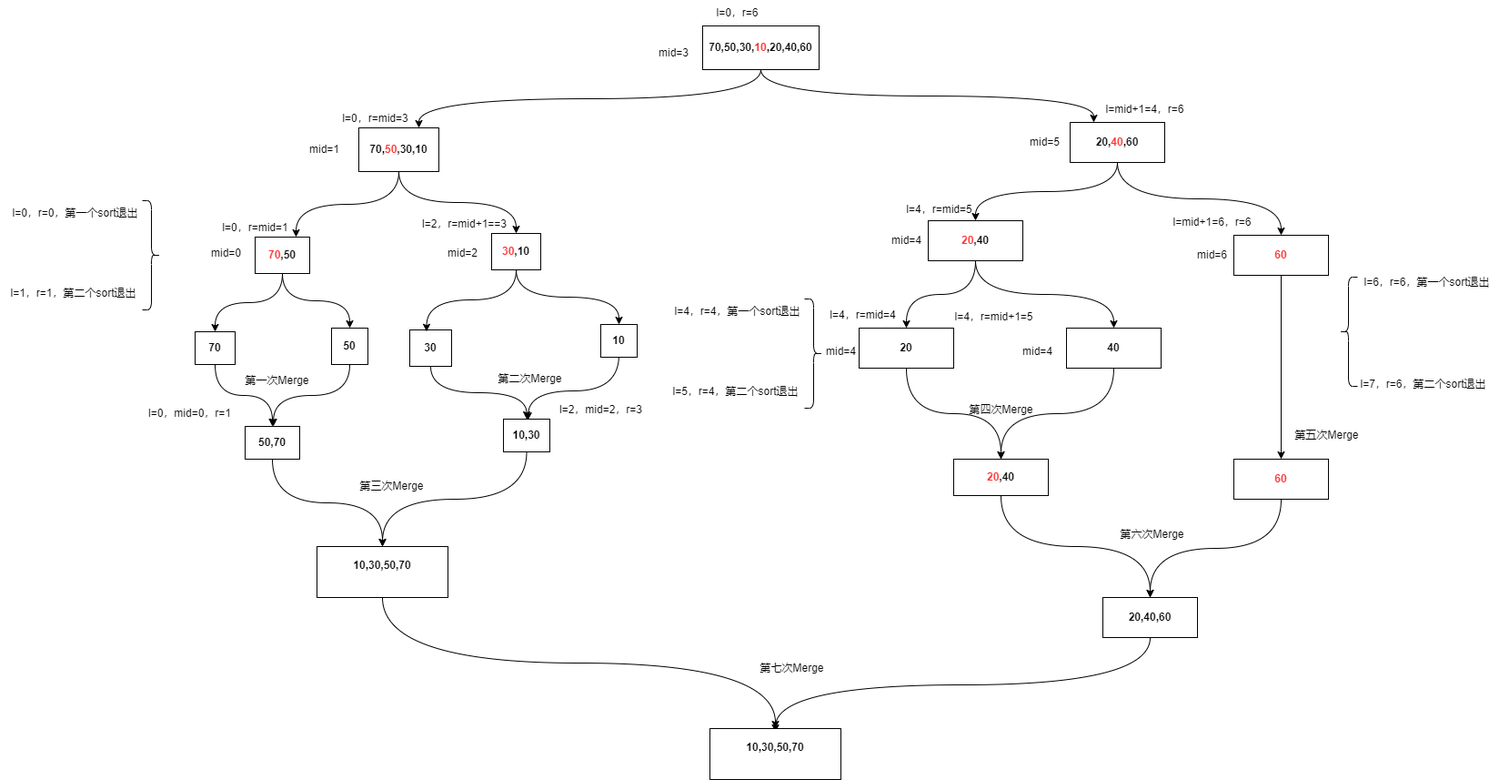
The draw.io diagram AlgorithmsAndDataStructures/归并算法.drawio.png in wjb0823/drawio, before a commit. Source tidied: cells renumbered, new cells last; positions are measured from the earlier drawing's top-left corner, leaving out a move shared by most shapes.
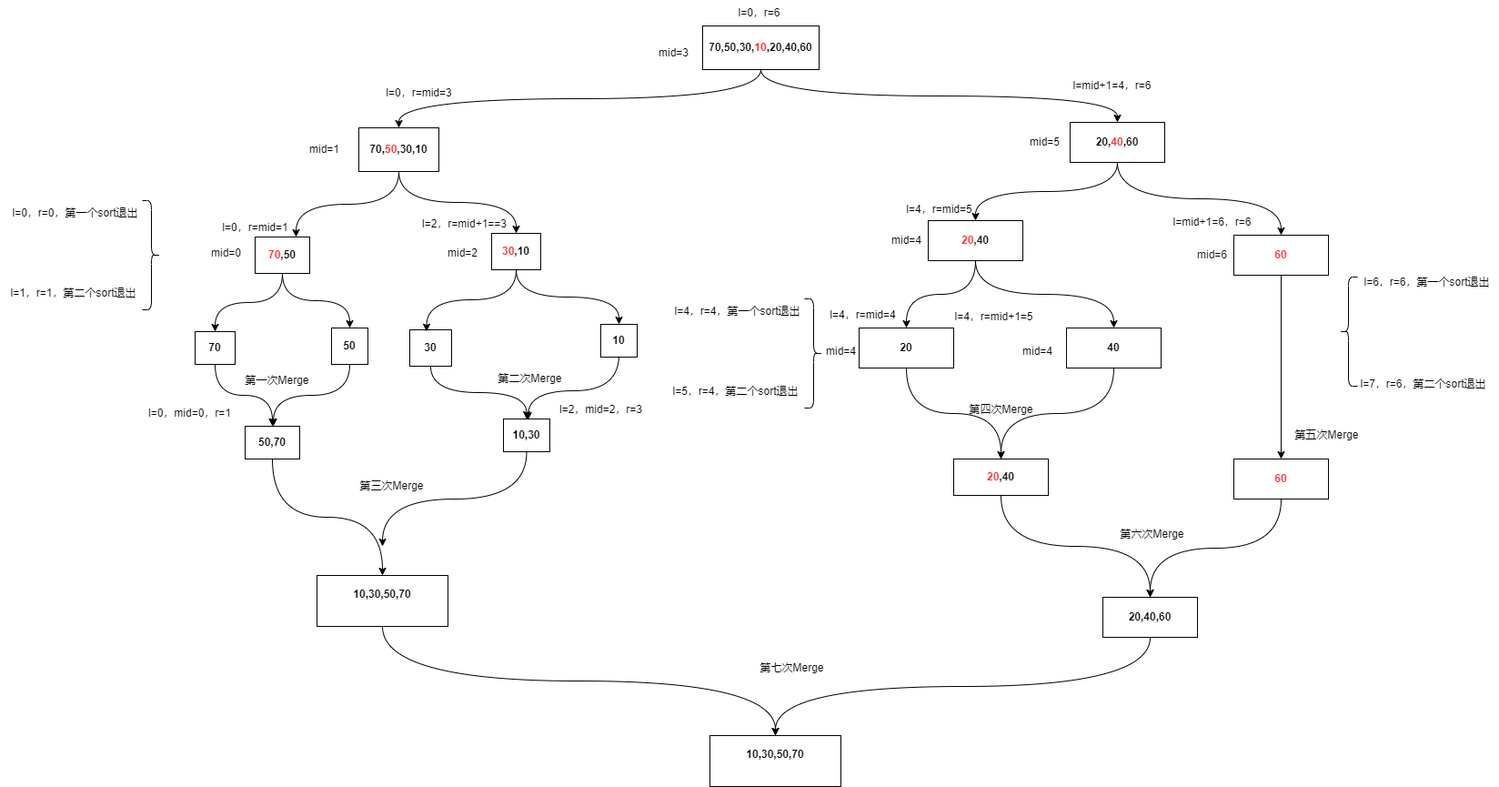
After the change.

Commit message:
更新归并算法.drawio.png

Diff of the diagram source:
```diff
@@ -2,10 +2,10 @@
   <root>
     <mxCell id="0" />
     <mxCell id="1" parent="0" />
-    <mxCell id="2" style="edgeStyle=orthogonalEdgeStyle;rounded=0;jettySize=auto;html=1;exitX=0.5;exitY=1;exitDx=0;exitDy=0;entryX=0.75;entryY=0;entryDx=0;entryDy=0;curved=1;" parent="1" edge="1" source="4" target="9">
+    <mxCell id="2" style="edgeStyle=orthogonalEdgeStyle;rounded=0;jettySize=auto;html=1;exitX=0.5;exitY=1;exitDx=0;exitDy=0;entryX=0.5;entryY=0;entryDx=0;entryDy=0;curved=1;" parent="1" edge="1" source="4" target="9">
       <mxGeometry relative="1" as="geometry" />
     </mxCell>
-    <mxCell id="3" style="edgeStyle=orthogonalEdgeStyle;rounded=0;jettySize=auto;html=1;exitX=0.5;exitY=1;exitDx=0;exitDy=0;curved=1;entryX=0.25;entryY=0;entryDx=0;entryDy=0;" parent="1" edge="1" source="4" target="6">
+    <mxCell id="3" style="edgeStyle=orthogonalEdgeStyle;rounded=0;jettySize=auto;html=1;exitX=0.5;exitY=1;exitDx=0;exitDy=0;curved=1;entryX=0.5;entryY=0;entryDx=0;entryDy=0;" parent="1" edge="1" source="4" target="6">
       <mxGeometry relative="1" as="geometry" />
     </mxCell>
     <mxCell id="4" value="&lt;b&gt;70,50,30,&lt;font color=&quot;#ff3333&quot;&gt;10&lt;/font&gt;,20,40,60&lt;/b&gt;" style="rounded=0;whiteSpace=wrap;html=1;" parent="1" vertex="1">
@@ -36,13 +36,13 @@
       <mxGeometry x="280" y="260" width="60" height="40" as="geometry" />
     </mxCell>
     <mxCell id="13" value="l=0，r=6" style="text;html=1;align=center;verticalAlign=middle;strokeColor=none;fillColor=none;" parent="1" vertex="1">
-      <mxGeometry x="776" width="68" height="28" as="geometry" />
+      <mxGeometry x="800" width="68" height="28" as="geometry" />
     </mxCell>
     <mxCell id="14" value="mid=3" style="text;html=1;align=center;verticalAlign=middle;strokeColor=none;fillColor=none;" parent="1" vertex="1">
       <mxGeometry x="712" y="44" width="56" height="28" as="geometry" />
     </mxCell>
     <mxCell id="15" value="l=0，r=mid=3" style="text;html=1;align=center;verticalAlign=middle;strokeColor=none;fillColor=none;" parent="1" vertex="1">
-      <mxGeometry x="364" y="116" width="96" height="28" as="geometry" />
+      <mxGeometry x="412" y="88" width="96" height="28" as="geometry" />
     </mxCell>
     <mxCell id="16" value="mid=1" style="text;html=1;align=center;verticalAlign=middle;strokeColor=none;fillColor=none;" parent="1" vertex="1">
       <mxGeometry x="328" y="150" width="56" height="28" as="geometry" />
@@ -131,7 +131,7 @@
       <mxGeometry relative="1" as="geometry" />
     </mxCell>
     <mxCell id="41" value="&lt;b style=&quot;&quot;&gt;10,30,50,70&lt;br&gt;&lt;/b&gt;&lt;b style=&quot;&quot;&gt;&lt;br&gt;&lt;/b&gt;" style="rounded=0;whiteSpace=wrap;html=1;" parent="1" vertex="1">
-      <mxGeometry x="348" y="600" width="144" height="56" as="geometry" />
+      <mxGeometry x="348" y="632" width="144" height="56" as="geometry" />
     </mxCell>
     <mxCell id="42" value="第三次Merge" style="text;html=1;align=center;verticalAlign=middle;strokeColor=none;fillColor=none;" parent="1" vertex="1">
       <mxGeometry x="384" y="520" width="92" height="28" as="geometry" />
@@ -143,7 +143,7 @@
       <mxGeometry x="1472" y="304" width="20" height="120" as="geometry" />
     </mxCell>
     <mxCell id="45" value="l=mid+1=4，r=6" style="text;html=1;align=center;verticalAlign=middle;strokeColor=none;fillColor=none;" parent="1" vertex="1">
-      <mxGeometry x="1204" y="106" width="108" height="28" as="geometry" />
+      <mxGeometry x="1168" y="80" width="108" height="28" as="geometry" />
     </mxCell>
     <mxCell id="46" value="mid=0" style="text;html=1;align=center;verticalAlign=middle;strokeColor=none;fillColor=none;" parent="1" vertex="1">
       <mxGeometry x="220" y="264" width="56" height="28" as="geometry" />
@@ -241,16 +241,14 @@
     <mxCell id="77" value="第五次Merge" style="text;html=1;align=center;verticalAlign=middle;strokeColor=none;fillColor=none;" parent="1" vertex="1">
       <mxGeometry x="1412" y="464" width="92" height="28" as="geometry" />
     </mxCell>
-    <mxCell id="78" style="edgeStyle=orthogonalEdgeStyle;rounded=0;jettySize=auto;html=1;exitX=0.5;exitY=1;exitDx=0;exitDy=0;curved=1;" parent="1" edge="1" source="79">
-      <mxGeometry relative="1" as="geometry">
-        <mxPoint x="852" y="804" as="targetPoint" />
-      </mxGeometry>
+    <mxCell id="78" style="edgeStyle=orthogonalEdgeStyle;rounded=0;jettySize=auto;html=1;exitX=0.5;exitY=1;exitDx=0;exitDy=0;curved=1;entryX=0.5;entryY=0;entryDx=0;entryDy=0;" parent="1" edge="1" source="79" target="80">
+      <mxGeometry relative="1" as="geometry" />
     </mxCell>
     <mxCell id="79" value="&lt;b&gt;20,40,60&lt;/b&gt;" style="rounded=0;whiteSpace=wrap;html=1;" parent="1" vertex="1">
       <mxGeometry x="1212" y="656" width="104" height="44" as="geometry" />
     </mxCell>
     <mxCell id="80" value="&lt;b style=&quot;&quot;&gt;10,30,50,70&lt;br&gt;&lt;/b&gt;&lt;b style=&quot;&quot;&gt;&lt;br&gt;&lt;/b&gt;" style="rounded=0;whiteSpace=wrap;html=1;" parent="1" vertex="1">
-      <mxGeometry x="780" y="800" width="144" height="56" as="geometry" />
+      <mxGeometry x="780" y="808" width="144" height="56" as="geometry" />
     </mxCell>
     <mxCell id="81" value="第六次Merge" style="text;html=1;align=center;verticalAlign=middle;strokeColor=none;fillColor=none;" parent="1" vertex="1">
       <mxGeometry x="1220" y="573" width="92" height="28" as="geometry" />
```
